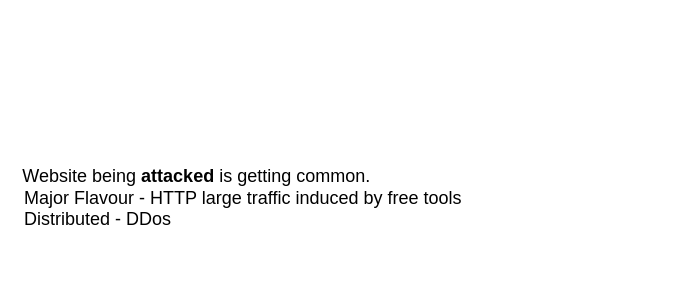
This is page "Page-1" (1 of 6) of HttpAttack Tools - study.drawio from premkumarsj/drawio, a draw.io file, before an edit. Source tidied: cells renumbered, new cells numbered last; positions are measured from the earlier drawing's top-left corner, leaving out a move shared by most shapes. Both pictures are drawn from the tidied source at 100%, with x=0, y=0 at pixel (17, 163).
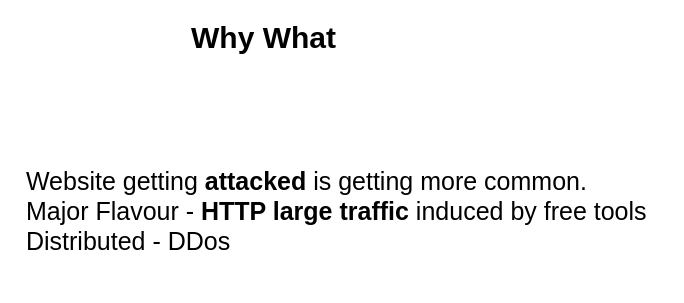
Above is the later version.

Diff of the diagram source:
```diff
@@
 <mxGraphModel>
   <root>
     <mxCell id="0" />
     <mxCell id="1" parent="0" />
-    <mxCell id="2" value="&amp;nbsp;&lt;font style=&quot;font-size: 18px&quot;&gt;Website being &lt;b&gt;attacked&lt;/b&gt; is getting common.&lt;br&gt;&amp;nbsp;Major Flavour - HTTP large traffic induced by free tools&amp;nbsp;&lt;br&gt;&amp;nbsp;Distributed - DDos&amp;nbsp;&lt;/font&gt;&lt;br&gt;&amp;nbsp;" style="text;html=1;align=left;verticalAlign=top;spacingTop=-4;" parent="1" vertex="1">
-      <mxGeometry width="460" height="60" as="geometry" />
+    <mxCell id="2" value="&amp;nbsp;&lt;font style=&quot;font-size: 25px;&quot;&gt;Website getting&amp;nbsp;&lt;b style=&quot;font-size: 25px;&quot;&gt;attacked&lt;/b&gt; is getting more common.&lt;br style=&quot;font-size: 25px;&quot;&gt;&amp;nbsp;Major Flavour - &lt;b style=&quot;font-size: 25px;&quot;&gt;HTTP large traffic&lt;/b&gt; induced by free tools&amp;nbsp;&lt;br style=&quot;font-size: 25px;&quot;&gt;&amp;nbsp;Distributed - DDos&amp;nbsp;&lt;/font&gt;&lt;br style=&quot;font-size: 25px;&quot;&gt;&amp;nbsp;" style="text;html=1;align=left;verticalAlign=top;spacingTop=-4;fontSize=25;" parent="1" vertex="1">
+      <mxGeometry width="650" height="70" as="geometry" />
     </mxCell>
+    <mxCell id="3" value="&lt;font style=&quot;font-size: 30px&quot;&gt;&lt;b&gt;Why What&amp;nbsp;&lt;/b&gt;&lt;/font&gt;" style="text;html=1;align=left;verticalAlign=top;spacingTop=-4;fontSize=25;" parent="1" vertex="1">
+      <mxGeometry x="172" y="-146" width="170" height="30" as="geometry" />
+    </mxCell>
   </root>
 </mxGraphModel>
```
